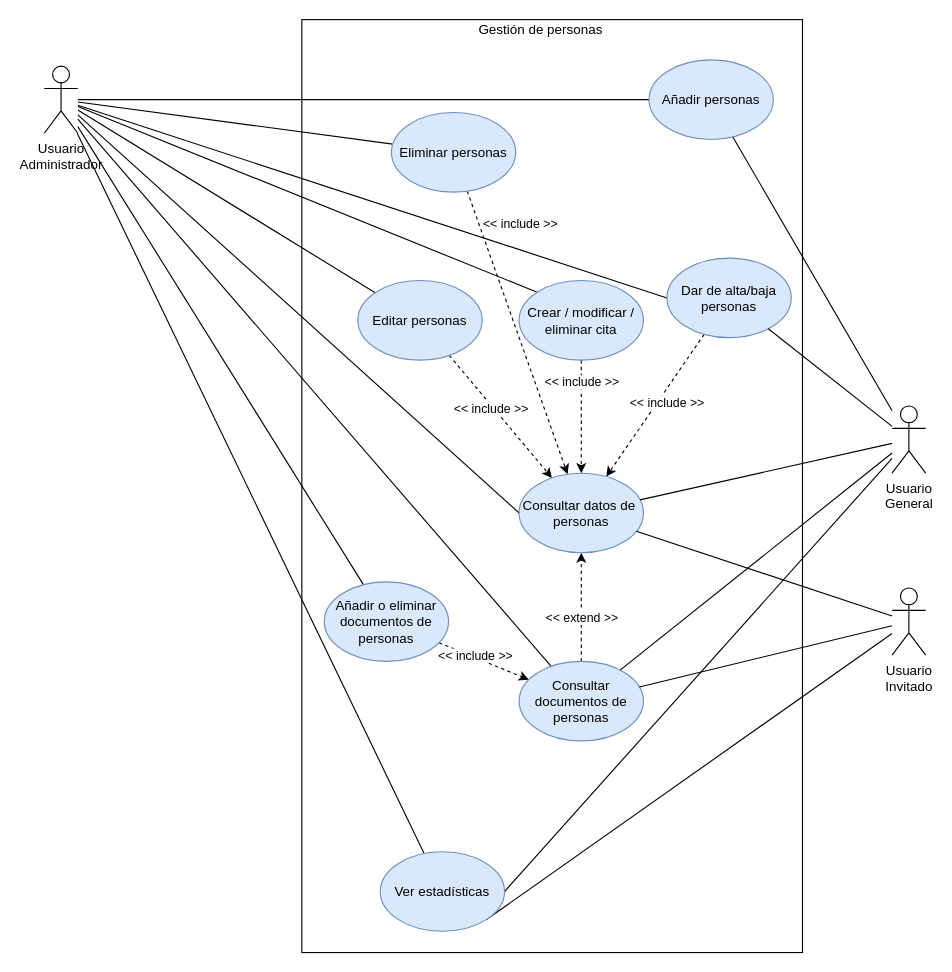
Above: diseno/sistema/CU/personas.drawio in corderop/TFG (draw.io), before the change. Source tidied: cells renumbered, new cells numbered last; positions are measured from the earlier drawing's top-left corner, leaving out a move shared by most shapes. Both pictures are drawn from the tidied source at 112%, with x=0, y=0 at pixel (44, 19).
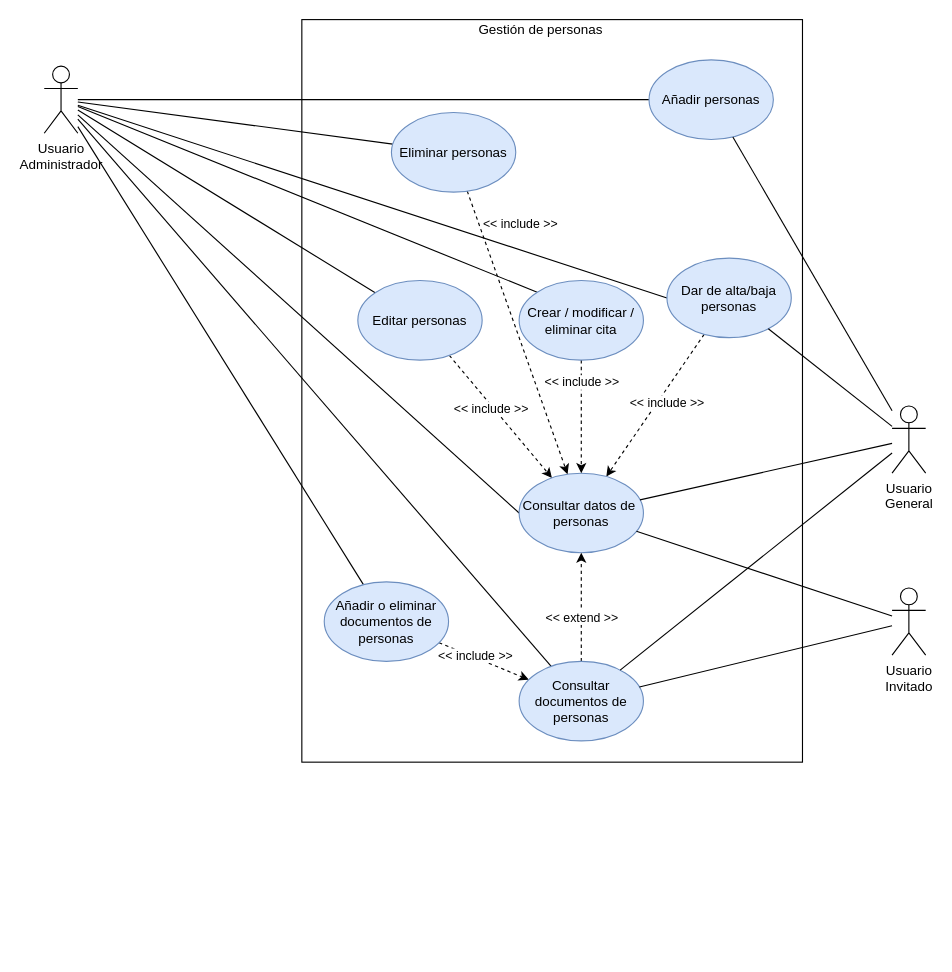
The same diagram, later.

Unchanged cells that the change refers to:
```xml
<mxCell id="13" value="Usuario&lt;br&gt;Administrador" style="shape=umlActor;verticalLabelPosition=bottom;verticalAlign=top;html=1;outlineConnect=0;" parent="1" vertex="1">
  <mxGeometry y="41.5" width="30" height="60" as="geometry" />
</mxCell>
<mxCell id="33" value="Usuario &lt;br&gt;General" style="shape=umlActor;verticalLabelPosition=bottom;verticalAlign=top;html=1;outlineConnect=0;" parent="1" vertex="1">
  <mxGeometry x="757" y="345" width="30" height="60" as="geometry" />
</mxCell>
<mxCell id="40" value="Usuario&lt;br&gt;Invitado" style="shape=umlActor;verticalLabelPosition=bottom;verticalAlign=top;html=1;outlineConnect=0;" parent="1" vertex="1">
  <mxGeometry x="757" y="507.5" width="30" height="60" as="geometry" />
</mxCell>
```

Change to the diagram source:
```diff
@@
     <mxCell id="2" style="rounded=0;whiteSpace=wrap;html=1;" parent="1" vertex="1">
-      <mxGeometry x="230" width="447" height="833" as="geometry" />
+      <mxGeometry x="230" width="447" height="663" as="geometry" />
     </mxCell>
@@
-    <mxCell id="12" style="edgeStyle=none;rounded=0;jettySize=auto;html=1;startArrow=none;startFill=0;endArrow=none;endFill=0;" parent="1" edge="1" source="13" target="44">
-      <mxGeometry relative="1" as="geometry" />
-    </mxCell>
@@
-    <mxCell id="32" style="edgeStyle=none;rounded=0;jettySize=auto;html=1;startArrow=none;startFill=0;endArrow=none;endFill=0;entryX=1;entryY=0.5;entryDx=0;entryDy=0;" parent="1" edge="1" source="33" target="44">
-      <mxGeometry relative="1" as="geometry" />
-    </mxCell>
@@
-    <mxCell id="39" style="edgeStyle=none;rounded=0;jettySize=auto;html=1;startArrow=none;startFill=0;endArrow=none;endFill=0;entryX=1;entryY=1;entryDx=0;entryDy=0;" parent="1" edge="1" source="40" target="44">
-      <mxGeometry relative="1" as="geometry" />
-    </mxCell>
@@
-    <mxCell id="44" value="Ver estadísticas" style="ellipse;whiteSpace=wrap;html=1;fillColor=#dae8fc;strokeColor=#6c8ebf;" parent="1" vertex="1">
-      <mxGeometry x="300" y="743" width="111" height="71" as="geometry" />
-    </mxCell>
```
